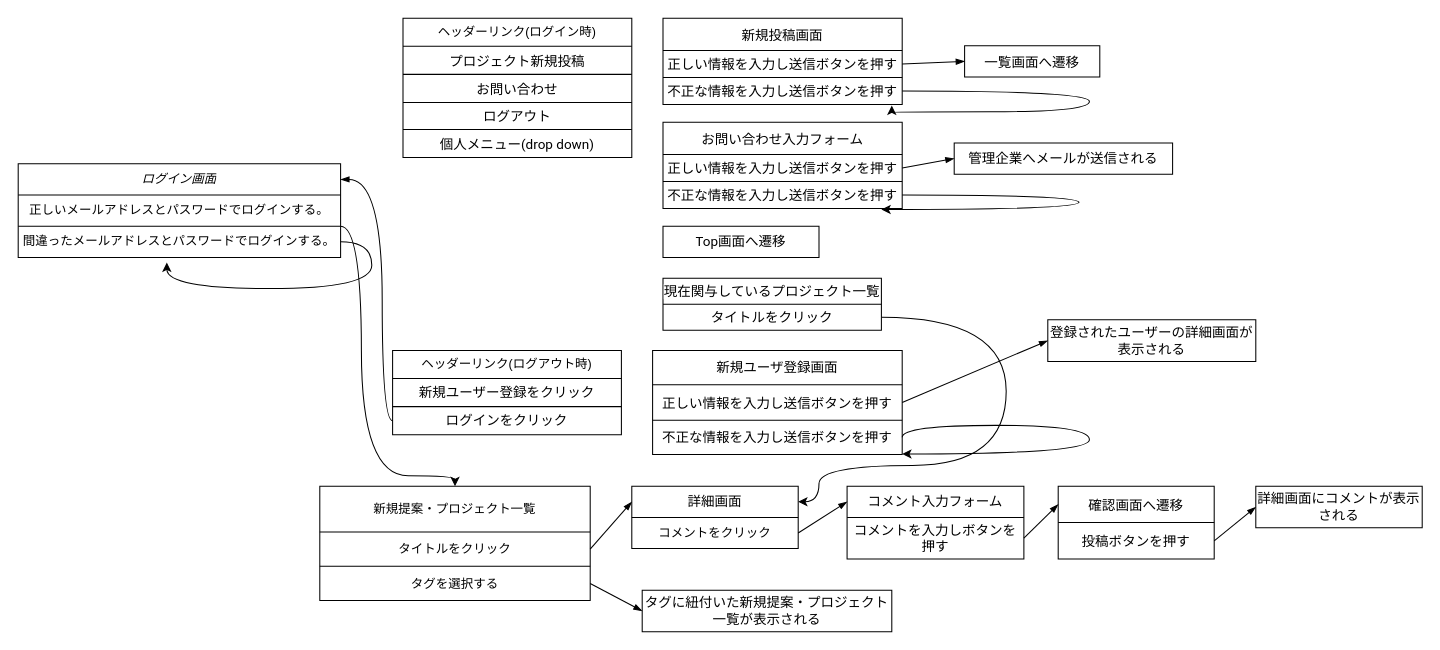
Before: page "Page-1" (1 of 2) of 名称未設定ファイル.drawio in Sec-il-n/dic_guraduate_parts, a draw.io diagram. Source tidied: cells renumbered, new cells numbered last; positions are measured from the earlier drawing's top-left corner, leaving out a move shared by most shapes. Both pictures are drawn from the tidied source at 104%, with x=0, y=0 at pixel (18, 18).
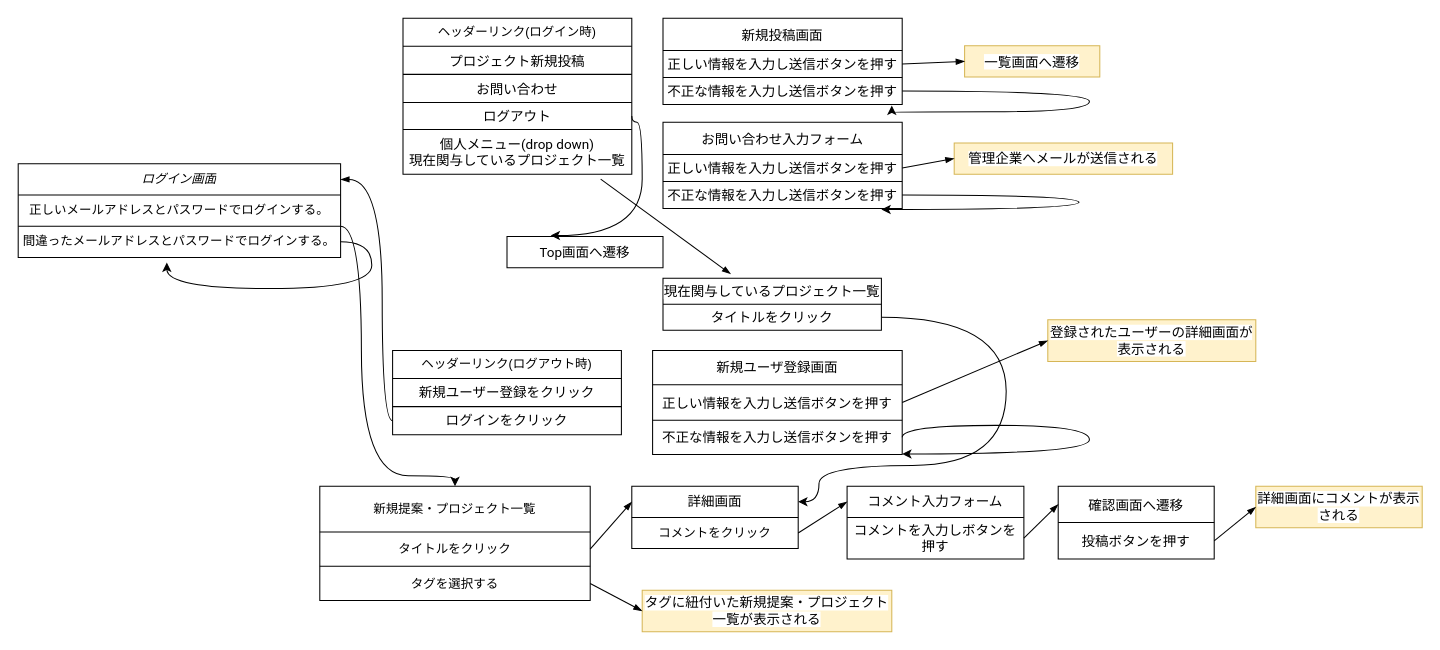
The same diagram, later.

Commit message (it also covers changes not shown here):
名称未設定ファイル.drawio を更新します

The change refers to these unchanged cells:
```xml
<mxCell id="43" style="shape=partialRectangle;html=1;whiteSpace=wrap;fillColor=none;top=0;left=0;bottom=0;right=0;points=[[0,0.5],[1,0.5]];portConstraint=eastwest;" parent="36" vertex="1">
  <mxGeometry y="81" width="220" height="26" as="geometry" />
</mxCell>
<mxCell id="69" style="shape=partialRectangle;html=1;whiteSpace=wrap;fillColor=none;top=0;left=0;bottom=0;right=0;points=[[0,0.5],[1,0.5]];portConstraint=eastwest;" parent="68" vertex="1">
  <mxGeometry width="150" height="30" as="geometry" />
</mxCell>
<mxCell id="73" style="shape=partialRectangle;html=1;whiteSpace=wrap;fillColor=none;top=0;left=0;bottom=0;right=0;points=[[0,0.5],[1,0.5]];portConstraint=eastwest;" parent="72" vertex="1">
  <mxGeometry width="210" height="25" as="geometry" />
</mxCell>
```

What changed in the source:
```diff
@@
-    <mxCell id="33" style="shape=table;html=1;whiteSpace=wrap;startSize=0;childLayout=tableLayout;" parent="1" vertex="1">
+    <mxCell id="33" style="shape=table;html=1;whiteSpace=wrap;startSize=0;childLayout=tableLayout;fillColor=#fff2cc;strokeColor=#d6b656;" parent="1" vertex="1">
       <mxGeometry x="1190" y="450" width="160" height="40" as="geometry" />
     </mxCell>
@@
     <mxCell id="36" style="shape=table;html=1;whiteSpace=wrap;startSize=0;childLayout=tableLayout;" parent="1" vertex="1">
-      <mxGeometry x="370" width="220" height="134" as="geometry" />
+      <mxGeometry x="370" width="220" height="150" as="geometry" />
     </mxCell>
@@
     <mxCell id="45" style="shape=partialRectangle;html=1;whiteSpace=wrap;fillColor=none;top=0;left=0;bottom=0;right=0;points=[[0,0.5],[1,0.5]];portConstraint=eastwest;" parent="36" vertex="1">
-      <mxGeometry y="107" width="220" height="27" as="geometry" />
+      <mxGeometry y="107" width="220" height="43" as="geometry" />
     </mxCell>
-    <mxCell id="46" value="&lt;span style=&quot;font-family: &amp;#34;roboto&amp;#34; , &amp;#34;robotodraft&amp;#34; , &amp;#34;helvetica&amp;#34; , &amp;#34;arial&amp;#34; , sans-serif ; font-size: 13px ; background-color: rgb(255 , 255 , 255)&quot;&gt;個人メニュー(drop down)&lt;/span&gt;" style="shape=partialRectangle;html=1;whiteSpace=wrap;overflow=hidden;fillColor=none;top=0;left=0;bottom=0;right=0;strokeWidth=4;" parent="45" vertex="1">
-      <mxGeometry width="220" height="27" as="geometry" />
+    <mxCell id="46" value="&lt;span style=&quot;font-family: &amp;#34;roboto&amp;#34; , &amp;#34;robotodraft&amp;#34; , &amp;#34;helvetica&amp;#34; , &amp;#34;arial&amp;#34; , sans-serif ; font-size: 13px ; background-color: rgb(255 , 255 , 255)&quot;&gt;個人メニュー(drop down)&lt;br&gt;&lt;/span&gt;&lt;span style=&quot;font-family: &amp;#34;roboto&amp;#34; , &amp;#34;robotodraft&amp;#34; , &amp;#34;helvetica&amp;#34; , &amp;#34;arial&amp;#34; , sans-serif ; font-size: 13px ; background-color: rgb(255 , 255 , 255)&quot;&gt;現在関与しているプロジェクト一覧&lt;/span&gt;&lt;span style=&quot;font-family: &amp;#34;roboto&amp;#34; , &amp;#34;robotodraft&amp;#34; , &amp;#34;helvetica&amp;#34; , &amp;#34;arial&amp;#34; , sans-serif ; font-size: 13px ; background-color: rgb(255 , 255 , 255)&quot;&gt;&lt;br&gt;&lt;/span&gt;" style="shape=partialRectangle;html=1;whiteSpace=wrap;overflow=hidden;fillColor=none;top=0;left=0;bottom=0;right=0;strokeWidth=4;" parent="45" vertex="1">
+      <mxGeometry width="220" height="43" as="geometry" />
     </mxCell>
@@
-    <mxCell id="54" style="shape=table;html=1;whiteSpace=wrap;startSize=0;childLayout=tableLayout;" parent="1" vertex="1">
+    <mxCell id="54" style="shape=table;html=1;whiteSpace=wrap;startSize=0;childLayout=tableLayout;fillColor=#fff2cc;strokeColor=#d6b656;" parent="1" vertex="1">
       <mxGeometry x="910" y="26.5" width="130" height="30" as="geometry" />
     </mxCell>
@@
-    <mxCell id="65" style="shape=table;html=1;whiteSpace=wrap;startSize=0;childLayout=tableLayout;" parent="1" vertex="1">
+    <mxCell id="65" style="shape=table;html=1;whiteSpace=wrap;startSize=0;childLayout=tableLayout;fillColor=#fff2cc;strokeColor=#d6b656;" parent="1" vertex="1">
       <mxGeometry x="900" y="120" width="210" height="30" as="geometry" />
     </mxCell>
@@
     <mxCell id="68" style="shape=table;html=1;whiteSpace=wrap;startSize=0;childLayout=tableLayout;" parent="1" vertex="1">
-      <mxGeometry x="620" y="200" width="150" height="30" as="geometry" />
+      <mxGeometry x="470" y="210" width="150" height="30" as="geometry" />
     </mxCell>
@@
-    <mxCell id="97" style="shape=table;html=1;whiteSpace=wrap;startSize=0;childLayout=tableLayout;" parent="1" vertex="1">
+    <mxCell id="97" style="shape=table;html=1;whiteSpace=wrap;startSize=0;childLayout=tableLayout;fillColor=#fff2cc;strokeColor=#d6b656;" parent="1" vertex="1">
       <mxGeometry x="600" y="550" width="240" height="40" as="geometry" />
     </mxCell>
@@
-    <mxCell id="101" style="shape=table;html=1;whiteSpace=wrap;startSize=0;childLayout=tableLayout;" parent="1" vertex="1">
+    <mxCell id="101" style="shape=table;html=1;whiteSpace=wrap;startSize=0;childLayout=tableLayout;fillColor=#fff2cc;strokeColor=#d6b656;" parent="1" vertex="1">
       <mxGeometry x="990" y="290" width="200" height="40" as="geometry" />
     </mxCell>
@@
+    <mxCell id="108" style="edgeStyle=orthogonalEdgeStyle;jettySize=auto;html=1;curved=1;exitX=1;exitY=0.5;exitDx=0;exitDy=0;entryX=0.28;entryY=-0.033;entryDx=0;entryDy=0;entryPerimeter=0;" parent="1" edge="1" source="43" target="69">
+      <mxGeometry relative="1" as="geometry">
+        <Array as="points">
+          <mxPoint x="590" y="100" />
+          <mxPoint x="600" y="100" />
+          <mxPoint x="600" y="209" />
+        </Array>
+      </mxGeometry>
+    </mxCell>
+    <mxCell id="109" style="edgeStyle=none;jettySize=auto;html=1;exitX=0.31;exitY=-0.16;exitDx=0;exitDy=0;entryX=0.864;entryY=1.111;entryDx=0;entryDy=0;startArrow=blockThin;startFill=1;endArrow=none;endFill=0;exitPerimeter=0;entryPerimeter=0;" parent="1" edge="1" source="73" target="45">
+      <mxGeometry relative="1" as="geometry" />
+    </mxCell>
```
